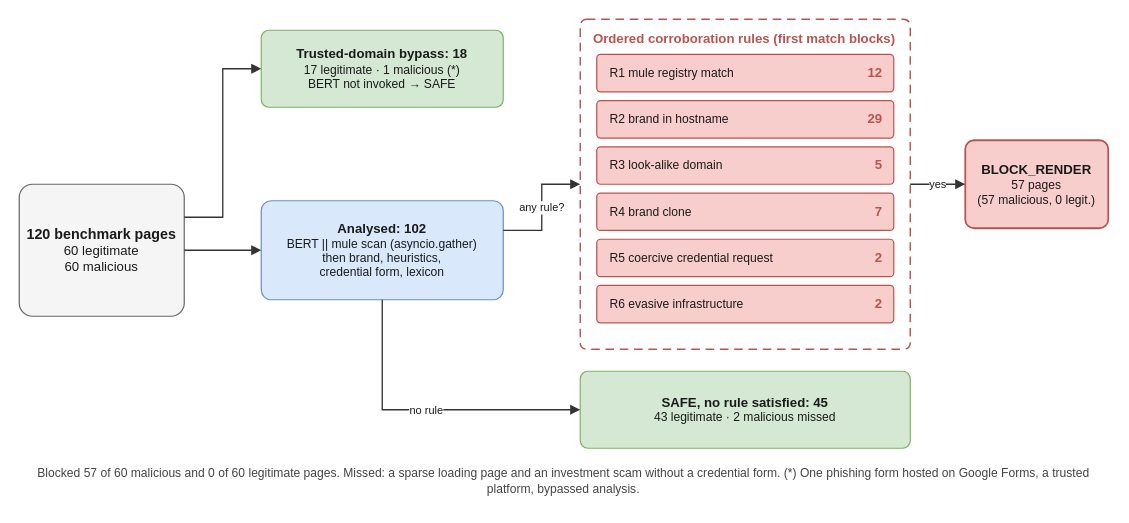
The draw.io diagram report/diagrams_drawio/decision_funnel.drawio in KunTheNoobie/PhishGuard-AI-Complete, before the edit. Source tidied: cells renumbered, new cells numbered last; positions are measured from the earlier drawing's top-left corner, leaving out a move shared by most shapes. Both pictures are drawn from the tidied source at 110%, with x=0, y=0 at pixel (19, 19).
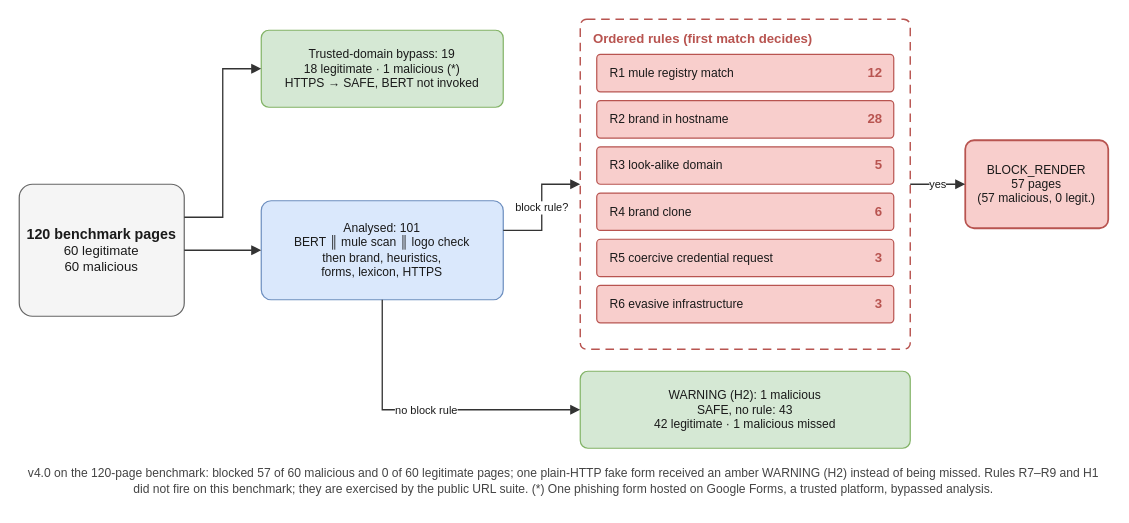
Above is the later version.

What changed in the source:
```diff
@@
-    <mxCell id="3" value="&lt;b style=&quot;font-size:12px&quot;&gt;Trusted-domain bypass: 18&lt;/b&gt;&lt;br&gt;&lt;span style=&quot;font-size:11px&quot;&gt;17 legitimate · 1 malicious (*)&lt;/span&gt;&lt;br&gt;&lt;span style=&quot;font-size:11px&quot;&gt;BERT not invoked → SAFE&lt;/span&gt;" style="rounded=1;arcSize=10;whiteSpace=wrap;html=1;fillColor=#D5E8D4;strokeColor=#82B366;fontFamily=Arial;fontSize=11;fontColor=#1A1A1A;align=center;verticalAlign=middle;spacing=6;strokeWidth=1.1;" parent="1" vertex="1">
+    <mxCell id="3" value="&lt;span style=&quot;font-size:11px&quot;&gt;Trusted-domain bypass: 19&lt;/span&gt;&lt;br&gt;&lt;span style=&quot;font-size:11px&quot;&gt;18 legitimate · 1 malicious (*)&lt;/span&gt;&lt;br&gt;&lt;span style=&quot;font-size:11px&quot;&gt;HTTPS → SAFE, BERT not invoked&lt;/span&gt;" style="rounded=1;arcSize=10;whiteSpace=wrap;html=1;fillColor=#D5E8D4;strokeColor=#82B366;fontFamily=Arial;fontSize=11;fontColor=#1A1A1A;align=center;verticalAlign=middle;spacing=6;strokeWidth=1.1;" parent="1" vertex="1">
       <mxGeometry x="220" y="10" width="220" height="70" as="geometry" />
     </mxCell>
-    <mxCell id="4" value="&lt;b style=&quot;font-size:12px&quot;&gt;Analysed: 102&lt;/b&gt;&lt;br&gt;&lt;span style=&quot;font-size:11px&quot;&gt;BERT || mule scan (asyncio.gather)&lt;/span&gt;&lt;br&gt;&lt;span style=&quot;font-size:11px&quot;&gt;then brand, heuristics,&lt;/span&gt;&lt;br&gt;&lt;span style=&quot;font-size:11px&quot;&gt;credential form, lexicon&lt;/span&gt;" style="rounded=1;arcSize=10;whiteSpace=wrap;html=1;fillColor=#DAE8FC;strokeColor=#6C8EBF;fontFamily=Arial;fontSize=11;fontColor=#1A1A1A;align=center;verticalAlign=middle;spacing=6;strokeWidth=1.1;" parent="1" vertex="1">
+    <mxCell id="4" value="&lt;span style=&quot;font-size:11px&quot;&gt;Analysed: 101&lt;/span&gt;&lt;br&gt;&lt;span style=&quot;font-size:11px&quot;&gt;BERT ║ mule scan ║ logo check&lt;/span&gt;&lt;br&gt;&lt;span style=&quot;font-size:11px&quot;&gt;then brand, heuristics,&lt;/span&gt;&lt;br&gt;&lt;span style=&quot;font-size:11px&quot;&gt;forms, lexicon, HTTPS&lt;/span&gt;" style="rounded=1;arcSize=10;whiteSpace=wrap;html=1;fillColor=#DAE8FC;strokeColor=#6C8EBF;fontFamily=Arial;fontSize=11;fontColor=#1A1A1A;align=center;verticalAlign=middle;spacing=6;strokeWidth=1.1;" parent="1" vertex="1">
       <mxGeometry x="220" y="165" width="220" height="90" as="geometry" />
     </mxCell>
@@
-    <mxCell id="7" value="Ordered corroboration rules (first match blocks)" style="rounded=1;arcSize=2;whiteSpace=wrap;html=1;fillColor=#FFFFFF;strokeColor=#B85450;dashed=1;dashPattern=6 4;fontFamily=Arial;fontSize=12;fontStyle=1;fontColor=#B85450;align=left;verticalAlign=top;spacingLeft=10;spacingTop=4;strokeWidth=1.3;" parent="1" vertex="1">
+    <mxCell id="7" value="Ordered rules (first match decides)" style="rounded=1;arcSize=2;whiteSpace=wrap;html=1;fillColor=#FFFFFF;strokeColor=#B85450;dashed=1;dashPattern=6 4;fontFamily=Arial;fontSize=12;fontStyle=1;fontColor=#B85450;align=left;verticalAlign=top;spacingLeft=10;spacingTop=4;strokeWidth=1.3;" parent="1" vertex="1">
       <mxGeometry x="510" width="300" height="300" as="geometry" />
     </mxCell>
@@
-    <mxCell id="13" value="29" style="text;html=1;whiteSpace=wrap;align=right;verticalAlign=middle;fontFamily=Arial;fontSize=12;fontColor=#B85450;fontStyle=1;spacing=2;" parent="1" vertex="1">
+    <mxCell id="13" value="28" style="text;html=1;whiteSpace=wrap;align=right;verticalAlign=middle;fontFamily=Arial;fontSize=12;fontColor=#B85450;fontStyle=1;spacing=2;" parent="1" vertex="1">
       <mxGeometry x="725" y="74" width="62" height="34" as="geometry" />
     </mxCell>
@@
-    <mxCell id="19" value="7" style="text;html=1;whiteSpace=wrap;align=right;verticalAlign=middle;fontFamily=Arial;fontSize=12;fontColor=#B85450;fontStyle=1;spacing=2;" parent="1" vertex="1">
+    <mxCell id="19" value="6" style="text;html=1;whiteSpace=wrap;align=right;verticalAlign=middle;fontFamily=Arial;fontSize=12;fontColor=#B85450;fontStyle=1;spacing=2;" parent="1" vertex="1">
       <mxGeometry x="725" y="158" width="62" height="34" as="geometry" />
     </mxCell>
@@
-    <mxCell id="22" value="2" style="text;html=1;whiteSpace=wrap;align=right;verticalAlign=middle;fontFamily=Arial;fontSize=12;fontColor=#B85450;fontStyle=1;spacing=2;" parent="1" vertex="1">
+    <mxCell id="22" value="3" style="text;html=1;whiteSpace=wrap;align=right;verticalAlign=middle;fontFamily=Arial;fontSize=12;fontColor=#B85450;fontStyle=1;spacing=2;" parent="1" vertex="1">
       <mxGeometry x="725" y="200" width="62" height="34" as="geometry" />
     </mxCell>
@@
-    <mxCell id="25" value="2" style="text;html=1;whiteSpace=wrap;align=right;verticalAlign=middle;fontFamily=Arial;fontSize=12;fontColor=#B85450;fontStyle=1;spacing=2;" parent="1" vertex="1">
+    <mxCell id="25" value="3" style="text;html=1;whiteSpace=wrap;align=right;verticalAlign=middle;fontFamily=Arial;fontSize=12;fontColor=#B85450;fontStyle=1;spacing=2;" parent="1" vertex="1">
       <mxGeometry x="725" y="242" width="62" height="34" as="geometry" />
     </mxCell>
-    <mxCell id="26" value="any rule?" style="edgeStyle=orthogonalEdgeStyle;rounded=0;jettySize=auto;html=1;endArrow=block;endFill=1;strokeColor=#333333;strokeWidth=1.2;fontFamily=Arial;fontSize=10;fontColor=#1A1A1A;labelBackgroundColor=#FFFFFF;exitX=1;exitY=0.3;entryX=0;entryY=0.5;" parent="1" edge="1" source="4" target="7">
+    <mxCell id="26" value="block rule?" style="edgeStyle=orthogonalEdgeStyle;rounded=0;jettySize=auto;html=1;endArrow=block;endFill=1;strokeColor=#333333;strokeWidth=1.2;fontFamily=Arial;fontSize=10;fontColor=#1A1A1A;labelBackgroundColor=#FFFFFF;exitX=1;exitY=0.3;entryX=0;entryY=0.5;" parent="1" edge="1" source="4" target="7">
       <mxGeometry relative="1" as="geometry" />
     </mxCell>
-    <mxCell id="27" value="&lt;b style=&quot;font-size:12px&quot;&gt;BLOCK_RENDER&lt;/b&gt;&lt;br&gt;&lt;span style=&quot;font-size:11px&quot;&gt;57 pages&lt;/span&gt;&lt;br&gt;&lt;span style=&quot;font-size:11px&quot;&gt;(57 malicious, 0 legit.)&lt;/span&gt;" style="rounded=1;arcSize=10;whiteSpace=wrap;html=1;fillColor=#F8CECC;strokeColor=#B85450;fontFamily=Arial;fontSize=11;fontColor=#1A1A1A;align=center;verticalAlign=middle;spacing=6;strokeWidth=1.6;" parent="1" vertex="1">
+    <mxCell id="27" value="&lt;span style=&quot;font-size:11px&quot;&gt;BLOCK_RENDER&lt;/span&gt;&lt;br&gt;&lt;span style=&quot;font-size:11px&quot;&gt;57 pages&lt;/span&gt;&lt;br&gt;&lt;span style=&quot;font-size:11px&quot;&gt;(57 malicious, 0 legit.)&lt;/span&gt;" style="rounded=1;arcSize=10;whiteSpace=wrap;html=1;fillColor=#F8CECC;strokeColor=#B85450;fontFamily=Arial;fontSize=11;fontColor=#1A1A1A;align=center;verticalAlign=middle;spacing=6;strokeWidth=1.6;" parent="1" vertex="1">
       <mxGeometry x="860" y="110" width="130" height="80" as="geometry" />
     </mxCell>
@@
-    <mxCell id="29" value="&lt;b style=&quot;font-size:12px&quot;&gt;SAFE, no rule satisfied: 45&lt;/b&gt;&lt;br&gt;&lt;span style=&quot;font-size:11px&quot;&gt;43 legitimate · 2 malicious missed&lt;/span&gt;" style="rounded=1;arcSize=10;whiteSpace=wrap;html=1;fillColor=#D5E8D4;strokeColor=#82B366;fontFamily=Arial;fontSize=11;fontColor=#1A1A1A;align=center;verticalAlign=middle;spacing=6;strokeWidth=1.1;" parent="1" vertex="1">
+    <mxCell id="29" value="&lt;span style=&quot;font-size:11px&quot;&gt;WARNING (H2): 1 malicious&lt;/span&gt;&lt;br&gt;&lt;span style=&quot;font-size:11px&quot;&gt;SAFE, no rule: 43&lt;/span&gt;&lt;br&gt;&lt;span style=&quot;font-size:11px&quot;&gt;42 legitimate · 1 malicious missed&lt;/span&gt;" style="rounded=1;arcSize=10;whiteSpace=wrap;html=1;fillColor=#D5E8D4;strokeColor=#82B366;fontFamily=Arial;fontSize=11;fontColor=#1A1A1A;align=center;verticalAlign=middle;spacing=6;strokeWidth=1.1;" parent="1" vertex="1">
       <mxGeometry x="510" y="320" width="300" height="70" as="geometry" />
     </mxCell>
-    <mxCell id="30" value="no rule" style="edgeStyle=orthogonalEdgeStyle;rounded=0;jettySize=auto;html=1;endArrow=block;endFill=1;strokeColor=#333333;strokeWidth=1.2;fontFamily=Arial;fontSize=10;fontColor=#1A1A1A;labelBackgroundColor=#FFFFFF;exitX=0.5;exitY=1;entryX=0;entryY=0.5;" parent="1" edge="1" source="4" target="29">
+    <mxCell id="30" value="no block rule" style="edgeStyle=orthogonalEdgeStyle;rounded=0;jettySize=auto;html=1;endArrow=block;endFill=1;strokeColor=#333333;strokeWidth=1.2;fontFamily=Arial;fontSize=10;fontColor=#1A1A1A;labelBackgroundColor=#FFFFFF;exitX=0.5;exitY=1;entryX=0;entryY=0.5;" parent="1" edge="1" source="4" target="29">
       <mxGeometry relative="1" as="geometry" />
     </mxCell>
-    <mxCell id="31" value="Blocked 57 of 60 malicious and 0 of 60 legitimate pages. Missed: a sparse loading page and an investment scam without a credential form. (*) One phishing form hosted on Google Forms, a trusted platform, bypassed analysis." style="text;html=1;whiteSpace=wrap;align=center;verticalAlign=middle;fontFamily=Arial;fontSize=11;fontColor=#444444;fontStyle=0;spacing=2;" parent="1" vertex="1">
+    <mxCell id="31" value="v4.0 on the 120-page benchmark: blocked 57 of 60 malicious and 0 of 60 legitimate pages; one plain-HTTP fake form received an amber WARNING (H2) instead of being missed. Rules R7–R9 and H1 did not fire on this benchmark; they are exercised by the public URL suite. (*) One phishing form hosted on Google Forms, a trusted platform, bypassed analysis." style="text;html=1;whiteSpace=wrap;align=center;verticalAlign=middle;fontFamily=Arial;fontSize=11;fontColor=#444444;fontStyle=0;spacing=2;" parent="1" vertex="1">
       <mxGeometry y="400" width="990" height="40" as="geometry" />
     </mxCell>
```
